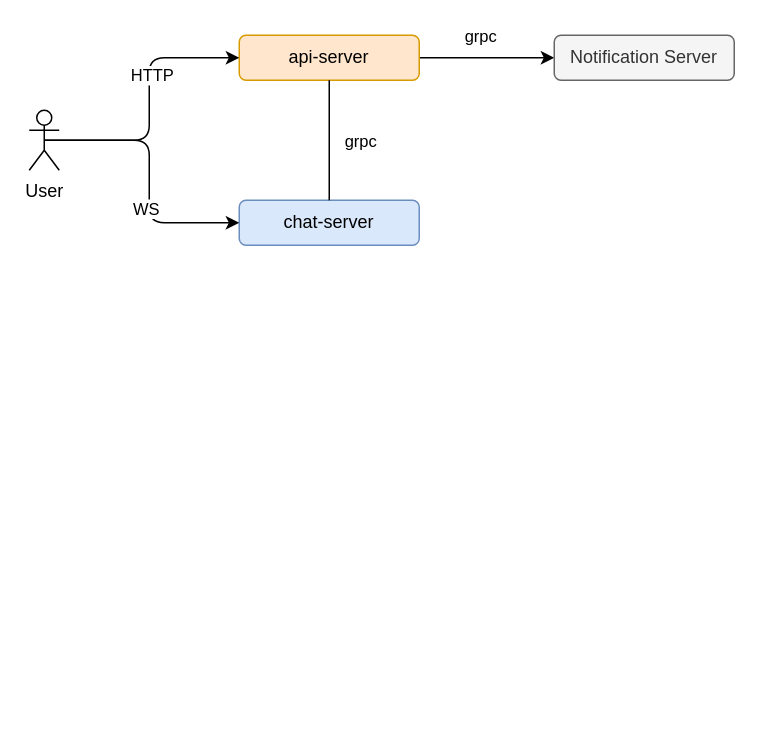
Earlier version of the draw.io diagram page "server-protocol" (5 of 5) of docs/chat.drawio (caijiatao/go-lib). Source tidied: cells renumbered, new cells numbered last; positions are measured from the earlier drawing's top-left corner, leaving out a move shared by most shapes. Both pictures are drawn from the tidied source at 150%, with x=0, y=0 at pixel (28, 34).
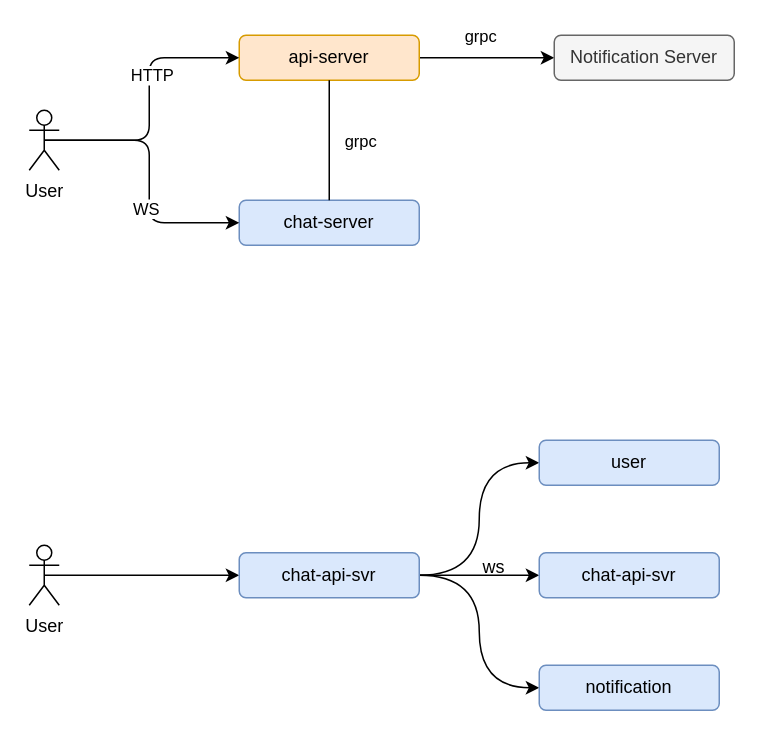
The same diagram, later.

Change to the diagram source:
```diff
@@
+    <mxCell id="15" style="edgeStyle=orthogonalEdgeStyle;rounded=0;jettySize=auto;html=1;exitX=0.5;exitY=0.5;exitDx=0;exitDy=0;exitPerimeter=0;" parent="1" edge="1" source="16" target="20">
+      <mxGeometry relative="1" as="geometry" />
+    </mxCell>
+    <mxCell id="16" value="User" style="shape=umlActor;verticalLabelPosition=bottom;verticalAlign=top;html=1;outlineConnect=0;rounded=1;" parent="1" vertex="1">
+      <mxGeometry y="340" width="20" height="40" as="geometry" />
+    </mxCell>
+    <mxCell id="17" style="edgeStyle=orthogonalEdgeStyle;rounded=0;jettySize=auto;html=1;" parent="1" edge="1" source="20" target="21">
+      <mxGeometry relative="1" as="geometry" />
+    </mxCell>
+    <mxCell id="18" style="edgeStyle=orthogonalEdgeStyle;jettySize=auto;html=1;exitX=1;exitY=0.5;exitDx=0;exitDy=0;entryX=0;entryY=0.5;entryDx=0;entryDy=0;curved=1;" parent="1" edge="1" source="20" target="22">
+      <mxGeometry relative="1" as="geometry" />
+    </mxCell>
+    <mxCell id="19" style="edgeStyle=orthogonalEdgeStyle;jettySize=auto;html=1;exitX=1;exitY=0.5;exitDx=0;exitDy=0;entryX=0;entryY=0.5;entryDx=0;entryDy=0;curved=1;" parent="1" edge="1" source="20" target="23">
+      <mxGeometry relative="1" as="geometry" />
+    </mxCell>
+    <mxCell id="20" value="chat-api-svr" style="rounded=1;whiteSpace=wrap;html=1;fillColor=#dae8fc;strokeColor=#6c8ebf;" parent="1" vertex="1">
+      <mxGeometry x="140" y="345" width="120" height="30" as="geometry" />
+    </mxCell>
+    <mxCell id="21" value="chat-api-svr" style="rounded=1;whiteSpace=wrap;html=1;fillColor=#dae8fc;strokeColor=#6c8ebf;" parent="1" vertex="1">
+      <mxGeometry x="340" y="345" width="120" height="30" as="geometry" />
+    </mxCell>
+    <mxCell id="22" value="user" style="rounded=1;whiteSpace=wrap;html=1;fillColor=#dae8fc;strokeColor=#6c8ebf;" parent="1" vertex="1">
+      <mxGeometry x="340" y="270" width="120" height="30" as="geometry" />
+    </mxCell>
+    <mxCell id="23" value="notification" style="rounded=1;whiteSpace=wrap;html=1;fillColor=#dae8fc;strokeColor=#6c8ebf;" parent="1" vertex="1">
+      <mxGeometry x="340" y="420" width="120" height="30" as="geometry" />
+    </mxCell>
+    <mxCell id="24" value="ws" style="text;html=1;strokeColor=none;fillColor=none;align=center;verticalAlign=middle;whiteSpace=wrap;rounded=0;" parent="1" vertex="1">
+      <mxGeometry x="280" y="340" width="60" height="30" as="geometry" />
+    </mxCell>
```
